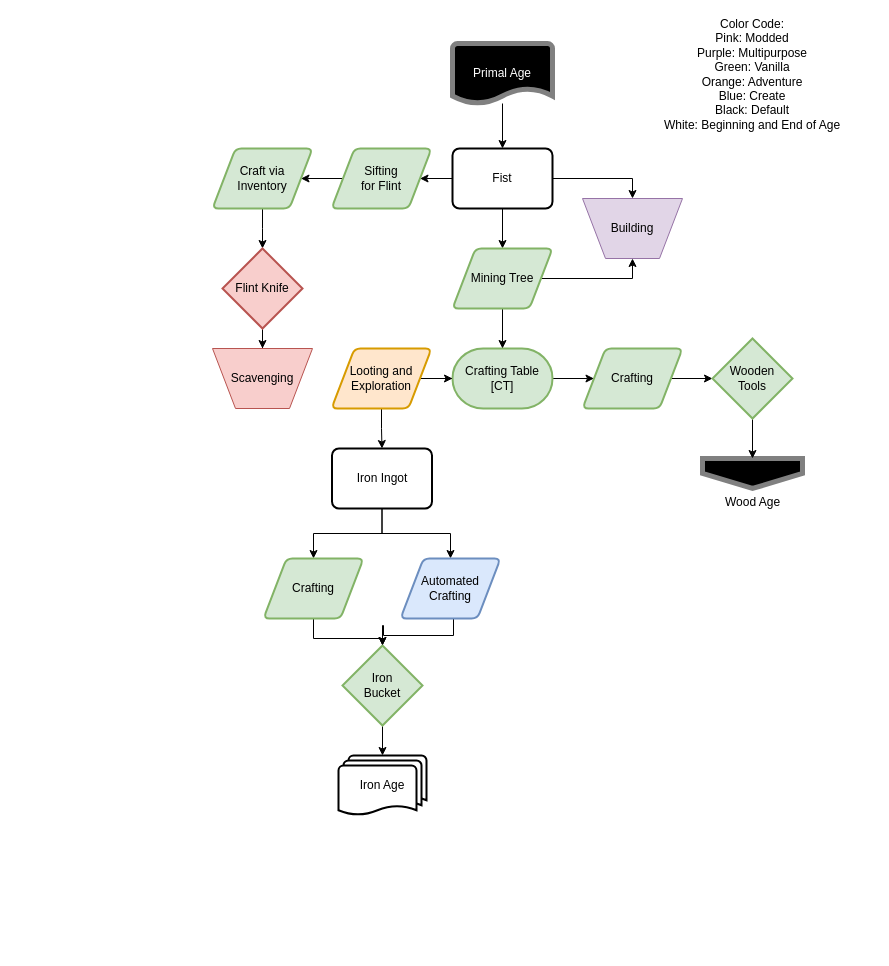
This is page "Example" (2 of 7) of flowcharts/progression.drawio from MeepishRealms/Cog, a draw.io file, before an edit. Source tidied: cells renumbered, new cells numbered last; positions are measured from the earlier drawing's top-left corner, leaving out a move shared by most shapes. Both pictures are drawn from the tidied source at 100%, with x=0, y=0 at pixel (212, 43).
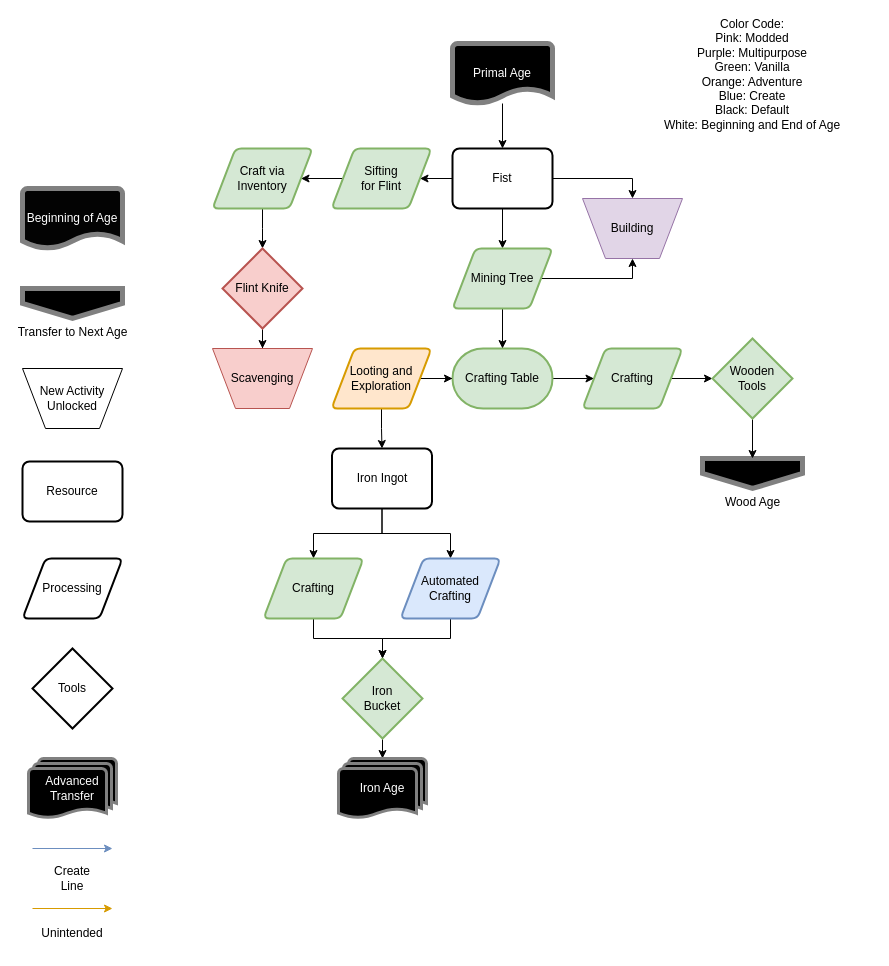
The same diagram, later.

Unchanged cells that the change refers to:
```xml
<mxCell id="39" value="Automated&lt;br&gt;Crafting" style="shape=parallelogram;html=1;strokeWidth=2;perimeter=parallelogramPerimeter;whiteSpace=wrap;rounded=1;arcSize=12;size=0.23;fillColor=#dae8fc;strokeColor=#6c8ebf;" parent="1" vertex="1">
  <mxGeometry x="188" y="515" width="100" height="60" as="geometry" />
</mxCell>
```

Change to the diagram source:
```diff
@@
-    <mxCell id="10" value="Crafting Table&lt;br&gt;[CT]" style="strokeWidth=2;html=1;shape=mxgraph.flowchart.terminator;whiteSpace=wrap;fillColor=#d5e8d4;strokeColor=#82b366;" parent="1" vertex="1">
+    <mxCell id="10" value="Crafting Table" style="strokeWidth=2;html=1;shape=mxgraph.flowchart.terminator;whiteSpace=wrap;fillColor=#d5e8d4;strokeColor=#82b366;" parent="1" vertex="1">
       <mxGeometry x="240" y="305" width="100" height="60" as="geometry" />
     </mxCell>
@@
-    <mxCell id="28" style="edgeStyle=orthogonalEdgeStyle;rounded=0;jettySize=auto;html=1;" parent="1" edge="1" source="29" target="30">
+    <mxCell id="28" style="edgeStyle=orthogonalEdgeStyle;rounded=0;jettySize=auto;html=1;entryX=0.5;entryY=0;entryDx=0;entryDy=0;entryPerimeter=0;" parent="1" edge="1" source="29" target="30">
       <mxGeometry relative="1" as="geometry" />
     </mxCell>
     <mxCell id="29" value="Iron&lt;br&gt;Bucket" style="strokeWidth=2;html=1;shape=mxgraph.flowchart.decision;whiteSpace=wrap;fillColor=#d5e8d4;strokeColor=#82b366;" parent="1" vertex="1">
-      <mxGeometry x="130" y="602" width="80" height="80" as="geometry" />
+      <mxGeometry x="130" y="615" width="80" height="80" as="geometry" />
     </mxCell>
-    <mxCell id="30" value="Iron Age" style="strokeWidth=2;html=1;shape=mxgraph.flowchart.multi-document;whiteSpace=wrap;" parent="1" vertex="1">
-      <mxGeometry x="126" y="712" width="88" height="60" as="geometry" />
-    </mxCell>
@@
-    <mxCell id="38" style="edgeStyle=orthogonalEdgeStyle;rounded=0;jettySize=auto;html=1;exitX=0.5;exitY=1;exitDx=0;exitDy=0;" parent="1" edge="1" source="39" target="29">
+    <mxCell id="38" style="edgeStyle=none;html=1;exitX=0.5;exitY=1;exitDx=0;exitDy=0;rounded=0;curved=0;entryX=0.5;entryY=0;entryDx=0;entryDy=0;entryPerimeter=0;" parent="1" edge="1" source="39" target="29">
       <mxGeometry relative="1" as="geometry">
         <Array as="points">
-          <mxPoint x="241" y="592" />
-          <mxPoint x="171" y="592" />
-          <mxPoint x="171" y="582" />
-          <mxPoint x="170" y="582" />
+          <mxPoint x="238" y="595" />
+          <mxPoint x="170" y="595" />
         </Array>
       </mxGeometry>
     </mxCell>
@@
+    <mxCell id="40" value="Processing" style="shape=parallelogram;html=1;strokeWidth=2;perimeter=parallelogramPerimeter;whiteSpace=wrap;rounded=1;arcSize=12;size=0.23;" parent="1" vertex="1">
+      <mxGeometry x="-190" y="515" width="100" height="60" as="geometry" />
+    </mxCell>
+    <mxCell id="41" value="Tools" style="strokeWidth=2;html=1;shape=mxgraph.flowchart.decision;whiteSpace=wrap;" parent="1" vertex="1">
+      <mxGeometry x="-180" y="605" width="80" height="80" as="geometry" />
+    </mxCell>
+    <mxCell id="42" value="Resource" style="rounded=1;whiteSpace=wrap;html=1;absoluteArcSize=1;arcSize=14;strokeWidth=2;" parent="1" vertex="1">
+      <mxGeometry x="-190" y="418" width="100" height="60" as="geometry" />
+    </mxCell>
+    <mxCell id="43" value="New Activity&lt;br&gt;Unlocked" style="verticalLabelPosition=middle;verticalAlign=middle;html=1;shape=trapezoid;perimeter=trapezoidPerimeter;whiteSpace=wrap;size=0.23;arcSize=10;flipV=1;labelPosition=center;align=center;" parent="1" vertex="1">
+      <mxGeometry x="-190" y="325" width="100" height="60" as="geometry" />
+    </mxCell>
+    <mxCell id="44" value="Transfer to Next Age" style="verticalLabelPosition=bottom;verticalAlign=top;html=1;shape=offPageConnector;rounded=0;size=0.5;strokeWidth=5;fillColor=#000000;strokeColor=#808080;" parent="1" vertex="1">
+      <mxGeometry x="-190" y="245" width="100" height="30" as="geometry" />
+    </mxCell>
+    <mxCell id="45" value="&lt;font color=&quot;#ffffff&quot;&gt;Beginning of Age&lt;/font&gt;" style="strokeWidth=5;html=1;shape=mxgraph.flowchart.document2;whiteSpace=wrap;size=0.25;fillColor=#030303;strokeColor=#808080;" parent="1" vertex="1">
+      <mxGeometry x="-190" y="145" width="100" height="60" as="geometry" />
+    </mxCell>
+    <mxCell id="46" value="&lt;font color=&quot;#ffffff&quot;&gt;Advanced&lt;br&gt;Transfer&lt;/font&gt;" style="strokeWidth=3;html=1;shape=mxgraph.flowchart.multi-document;whiteSpace=wrap;fillColor=#000000;strokeColor=#808080;" parent="1" vertex="1">
+      <mxGeometry x="-184" y="715" width="88" height="60" as="geometry" />
+    </mxCell>
+    <mxCell id="30" value="&lt;font color=&quot;#ffffff&quot;&gt;Iron Age&lt;/font&gt;" style="strokeWidth=3;html=1;shape=mxgraph.flowchart.multi-document;whiteSpace=wrap;fillColor=#000000;strokeColor=#808080;" parent="1" vertex="1">
+      <mxGeometry x="126" y="715" width="88" height="60" as="geometry" />
+    </mxCell>
+    <mxCell id="47" style="edgeStyle=none;orthogonalLoop=1;jettySize=auto;html=1;fillColor=#dae8fc;strokeColor=#6c8ebf;" parent="1" edge="1">
+      <mxGeometry relative="1" as="geometry">
+        <mxPoint x="-180" y="805" as="sourcePoint" />
+        <mxPoint x="-100" y="805" as="targetPoint" />
+      </mxGeometry>
+    </mxCell>
+    <mxCell id="48" value="Create Line" style="text;html=1;align=center;verticalAlign=middle;whiteSpace=wrap;rounded=0;" parent="1" vertex="1">
+      <mxGeometry x="-170" y="815" width="60" height="40" as="geometry" />
+    </mxCell>
+    <mxCell id="49" style="edgeStyle=none;orthogonalLoop=1;jettySize=auto;html=1;fillColor=#ffe6cc;strokeColor=#d79b00;" parent="1" edge="1">
+      <mxGeometry relative="1" as="geometry">
+        <mxPoint x="-180" y="865" as="sourcePoint" />
+        <mxPoint x="-100" y="865" as="targetPoint" />
+      </mxGeometry>
+    </mxCell>
+    <mxCell id="50" value="Unintended" style="text;html=1;align=center;verticalAlign=middle;whiteSpace=wrap;rounded=0;" parent="1" vertex="1">
+      <mxGeometry x="-170" y="875" width="60" height="30" as="geometry" />
+    </mxCell>
```
